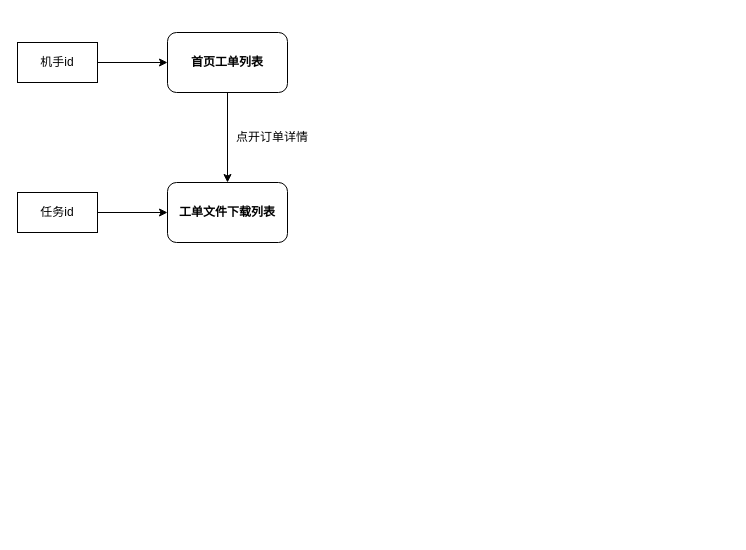
This is DJ_fertilizer.drawio from RK-JD/DrawIO, a draw.io file, before an edit. Source tidied: cells renumbered, new cells numbered last; positions are measured from the earlier drawing's top-left corner, leaving out a move shared by most shapes. Both pictures are drawn from the tidied source at 100%, with x=0, y=0 at pixel (17, 32).
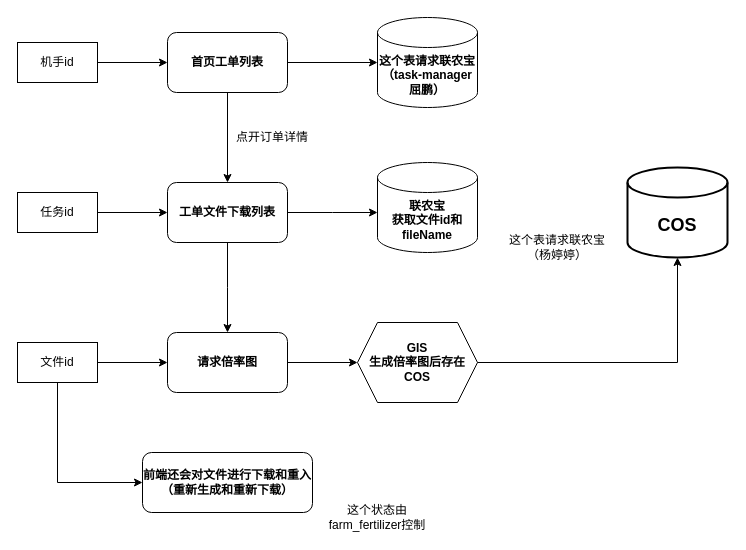
After the change.

Unchanged cells that the change refers to:
```xml
<mxCell id="3" value="首页工单列表" style="rounded=1;whiteSpace=wrap;html=1;fontStyle=1;" parent="1" vertex="1">
  <mxGeometry x="150" width="120" height="60" as="geometry" />
</mxCell>
<mxCell id="6" value="工单文件下载列表" style="rounded=1;whiteSpace=wrap;html=1;fontStyle=1;" parent="1" vertex="1">
  <mxGeometry x="150" y="150" width="120" height="60" as="geometry" />
</mxCell>
```

Diff of the diagram source:
```diff
@@
+    <mxCell id="10" style="edgeStyle=orthogonalEdgeStyle;rounded=0;jettySize=auto;html=1;exitX=1;exitY=0.5;exitDx=0;exitDy=0;" parent="1" edge="1" source="6">
+      <mxGeometry relative="1" as="geometry">
+        <mxPoint x="360" y="180" as="targetPoint" />
+      </mxGeometry>
+    </mxCell>
+    <mxCell id="11" style="edgeStyle=orthogonalEdgeStyle;rounded=0;jettySize=auto;html=1;exitX=0.5;exitY=1;exitDx=0;exitDy=0;" parent="1" edge="1" source="6">
+      <mxGeometry relative="1" as="geometry">
+        <mxPoint x="210" y="300" as="targetPoint" />
+      </mxGeometry>
+    </mxCell>
@@
+    <mxCell id="12" value="这个表请求联农宝&lt;div&gt;（杨婷婷）&lt;/div&gt;" style="text;html=1;align=center;verticalAlign=middle;whiteSpace=wrap;rounded=0;" parent="1" vertex="1">
+      <mxGeometry x="480" y="200" width="120" height="30" as="geometry" />
+    </mxCell>
+    <mxCell id="13" style="edgeStyle=orthogonalEdgeStyle;rounded=0;jettySize=auto;html=1;exitX=1;exitY=0.5;exitDx=0;exitDy=0;entryX=0;entryY=0.5;entryDx=0;entryDy=0;" parent="1" edge="1" source="15" target="17">
+      <mxGeometry relative="1" as="geometry" />
+    </mxCell>
+    <mxCell id="14" style="edgeStyle=orthogonalEdgeStyle;rounded=0;jettySize=auto;html=1;exitX=0.5;exitY=1;exitDx=0;exitDy=0;entryX=0;entryY=0.5;entryDx=0;entryDy=0;" parent="1" edge="1" source="15" target="23">
+      <mxGeometry relative="1" as="geometry" />
+    </mxCell>
+    <mxCell id="15" value="文件id" style="rounded=0;whiteSpace=wrap;html=1;" parent="1" vertex="1">
+      <mxGeometry y="310" width="80" height="40" as="geometry" />
+    </mxCell>
+    <mxCell id="16" style="edgeStyle=orthogonalEdgeStyle;rounded=0;jettySize=auto;html=1;exitX=1;exitY=0.5;exitDx=0;exitDy=0;" parent="1" edge="1" source="17" target="22">
+      <mxGeometry relative="1" as="geometry" />
+    </mxCell>
+    <mxCell id="17" value="请求倍率图" style="rounded=1;whiteSpace=wrap;html=1;fontStyle=1;" parent="1" vertex="1">
+      <mxGeometry x="150" y="300" width="120" height="60" as="geometry" />
+    </mxCell>
+    <mxCell id="18" value="&lt;span style=&quot;font-weight: 700;&quot;&gt;联农宝&lt;/span&gt;&lt;div style=&quot;font-weight: 700;&quot;&gt;获取文件id和fileName&lt;/div&gt;" style="shape=cylinder3;whiteSpace=wrap;html=1;boundedLbl=1;backgroundOutline=1;size=15;" parent="1" vertex="1">
+      <mxGeometry x="360" y="130" width="100" height="90" as="geometry" />
+    </mxCell>
+    <mxCell id="19" value="这个表请求联农宝（task-manager&lt;div&gt;屈鹏）&lt;br&gt;&lt;/div&gt;" style="shape=cylinder3;whiteSpace=wrap;html=1;boundedLbl=1;backgroundOutline=1;size=15;fontStyle=1;" parent="1" vertex="1">
+      <mxGeometry x="360" y="-15" width="100" height="90" as="geometry" />
+    </mxCell>
+    <mxCell id="20" style="edgeStyle=orthogonalEdgeStyle;rounded=0;jettySize=auto;html=1;exitX=1;exitY=0.5;exitDx=0;exitDy=0;entryX=0;entryY=0.5;entryDx=0;entryDy=0;entryPerimeter=0;" parent="1" edge="1" source="3" target="19">
+      <mxGeometry relative="1" as="geometry" />
+    </mxCell>
+    <mxCell id="21" value="COS" style="shape=cylinder3;whiteSpace=wrap;html=1;boundedLbl=1;backgroundOutline=1;size=15;fontStyle=1;strokeWidth=2;perimeterSpacing=0;fontSize=18;" parent="1" vertex="1">
+      <mxGeometry x="610" y="135" width="100" height="90" as="geometry" />
+    </mxCell>
+    <mxCell id="22" value="&lt;b&gt;GIS&lt;/b&gt;&lt;div&gt;&lt;b&gt;生成倍率图后存在COS&lt;/b&gt;&lt;/div&gt;" style="shape=hexagon;perimeter=hexagonPerimeter2;whiteSpace=wrap;html=1;fixedSize=1;" parent="1" vertex="1">
+      <mxGeometry x="340" y="290" width="120" height="80" as="geometry" />
+    </mxCell>
+    <mxCell id="23" value="前端还会对文件进行下载和重入&lt;div&gt;（重新生成和重新下载）&lt;/div&gt;" style="rounded=1;whiteSpace=wrap;html=1;fontStyle=1;" parent="1" vertex="1">
+      <mxGeometry x="125" y="420" width="170" height="60" as="geometry" />
+    </mxCell>
+    <mxCell id="24" value="这个状态由farm_fertilizer控制" style="text;html=1;align=center;verticalAlign=middle;whiteSpace=wrap;rounded=0;" parent="1" vertex="1">
+      <mxGeometry x="310" y="470" width="100" height="30" as="geometry" />
+    </mxCell>
+    <mxCell id="25" style="edgeStyle=orthogonalEdgeStyle;rounded=0;jettySize=auto;html=1;exitX=1;exitY=0.5;exitDx=0;exitDy=0;entryX=0.5;entryY=1;entryDx=0;entryDy=0;entryPerimeter=0;" parent="1" edge="1" source="22" target="21">
+      <mxGeometry relative="1" as="geometry" />
+    </mxCell>
```
